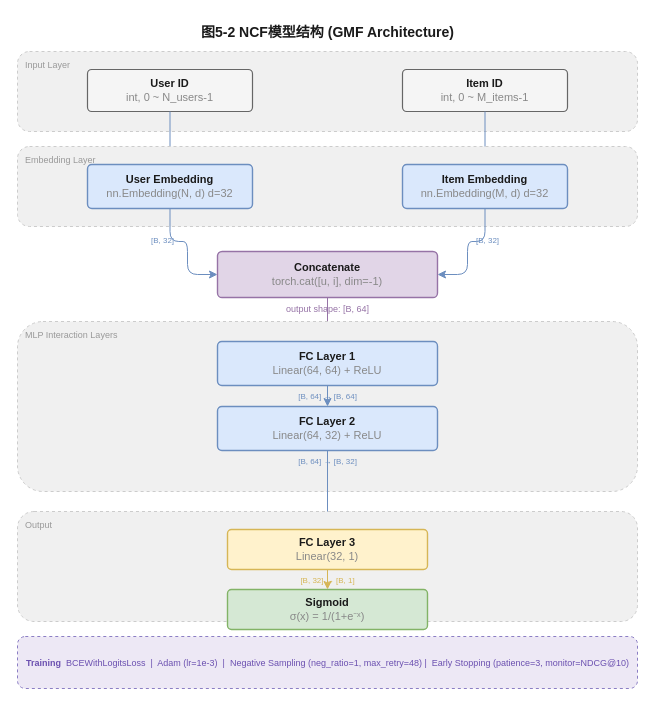
simple-fantasy/Movie-recommendation-system keeps this draw.io diagram as diagrams/fig5-2-ncf-model.drawio. Above is the earlier version. Source tidied: cells renumbered, new cells numbered last; positions are measured from the earlier drawing's top-left corner, leaving out a move shared by most shapes. Both pictures are drawn from the tidied source at 100%, with x=0, y=0 at pixel (17, 17).
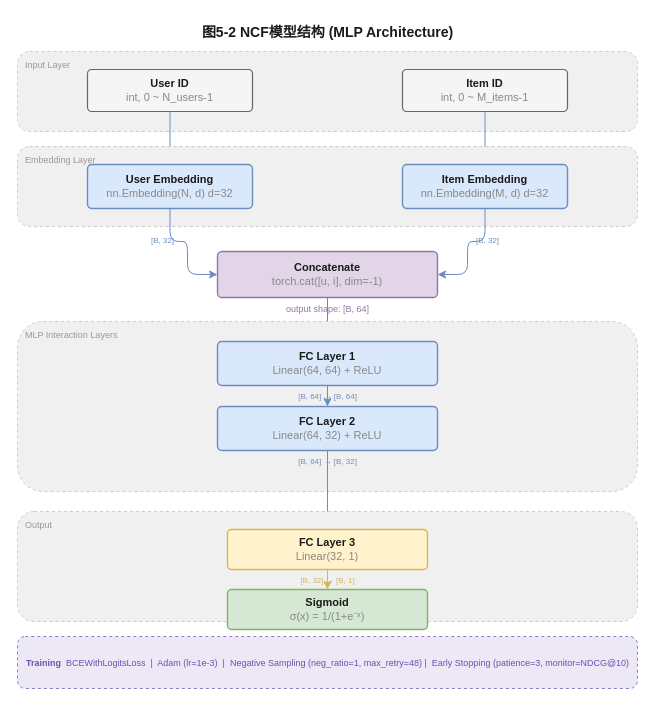
Above is the later version.

Diff of the diagram source:
```diff
@@
-    <mxCell id="2" value="图5-2 NCF模型结构 (GMF Architecture)" style="text;html=1;fontSize=14;fontColor=#1A1A1A;align=center;fontStyle=1;" parent="1" vertex="1">
+    <mxCell id="2" value="图5-2 NCF模型结构 (MLP Architecture)" style="text;html=1;fontSize=14;fontColor=#1A1A1A;align=center;fontStyle=1;" parent="1" vertex="1">
       <mxGeometry x="140" width="340" height="24" as="geometry" />
     </mxCell>
```
